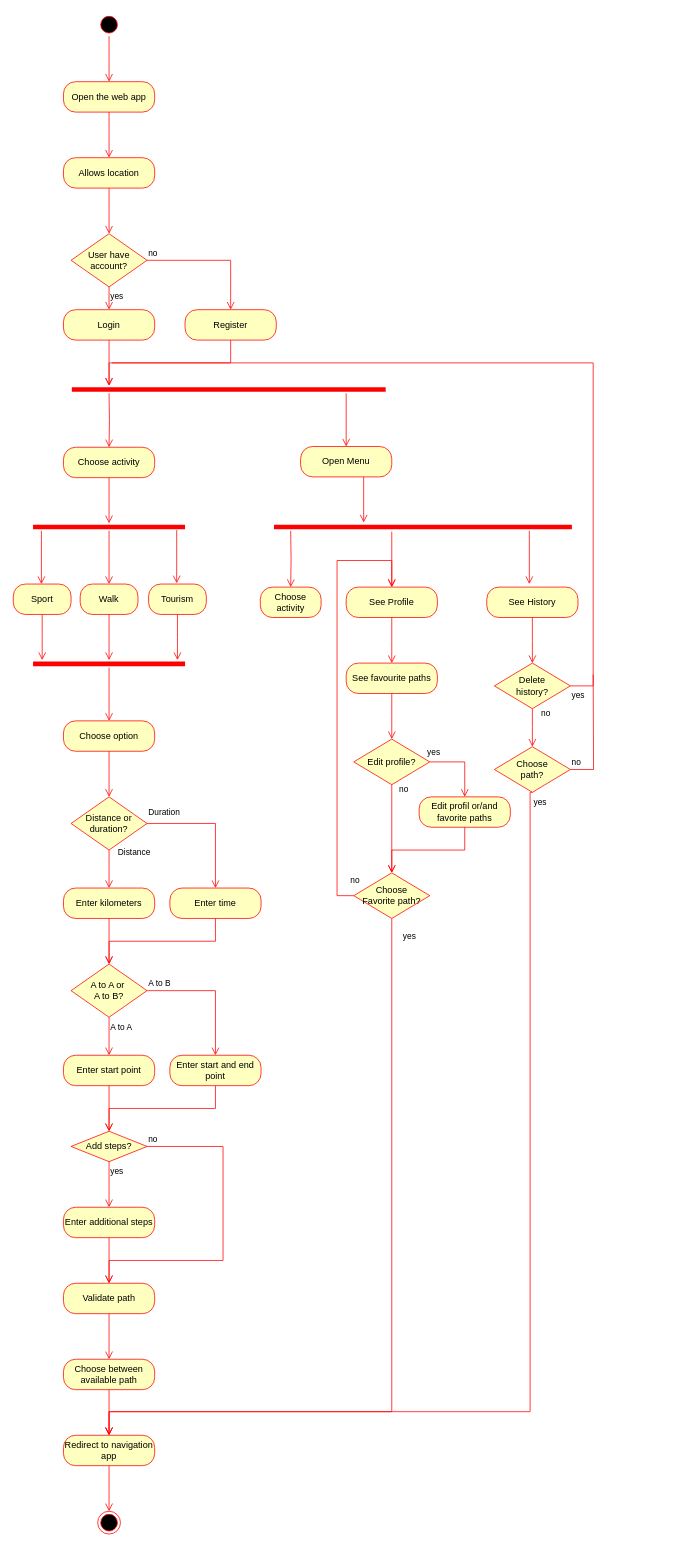
The draw.io diagram UML Assignement 2/Activity UML assignement 2.drawio in Melydgt/Draw-io-UML-England, before the edit. Source tidied: cells renumbered, new cells numbered last; positions are measured from the earlier drawing's top-left corner, leaving out a move shared by most shapes. Both pictures are drawn from the tidied source at 76%, with x=0, y=0 at pixel (13, 13).
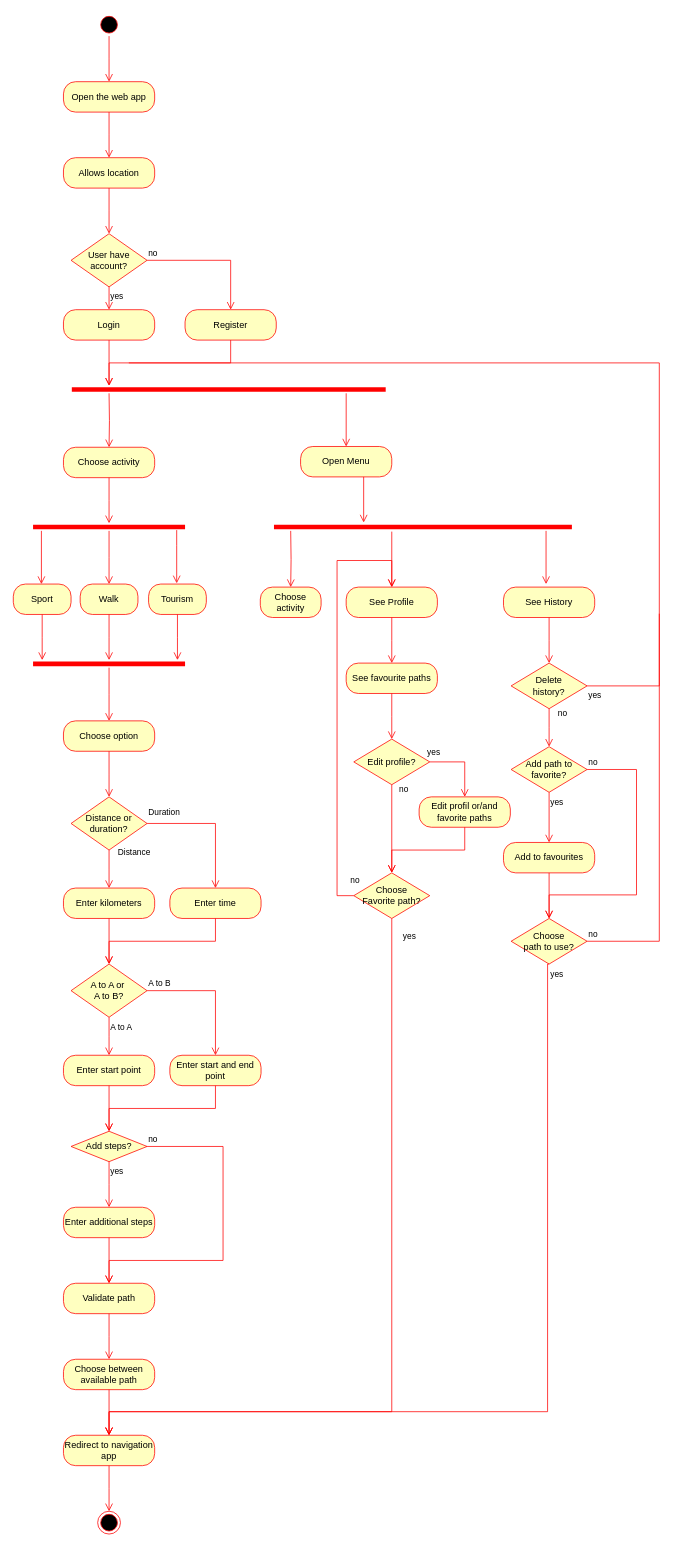
The same diagram, later.

Commit message:
Mettre à jour Activity UML assignement 2.drawio

Unchanged cells that the change refers to:
```xml
<mxCell id="54" value="Redirect to navigation app" style="rounded=1;whiteSpace=wrap;html=1;arcSize=40;fontColor=#000000;fillColor=#ffffc0;strokeColor=#ff0000;" parent="1" vertex="1">
  <mxGeometry x="66" y="1871" width="120" height="40" as="geometry" />
</mxCell>
```

Change to the diagram source:
```diff
@@
     <mxCell id="74" style="edgeStyle=orthogonalEdgeStyle;html=1;verticalAlign=bottom;endArrow=open;endSize=8;strokeColor=#ff0000;rounded=0;elbow=vertical;" parent="1" edge="1">
       <mxGeometry relative="1" as="geometry">
-        <mxPoint x="679" y="681" as="sourcePoint" />
-        <mxPoint x="679" y="751" as="targetPoint" />
+        <mxPoint x="701" y="681" as="sourcePoint" />
+        <mxPoint x="701" y="751" as="targetPoint" />
       </mxGeometry>
     </mxCell>
@@
     <mxCell id="77" value="See History" style="rounded=1;whiteSpace=wrap;html=1;arcSize=40;fontColor=#000000;fillColor=#ffffc0;strokeColor=#ff0000;" parent="1" vertex="1">
-      <mxGeometry x="623" y="755" width="120" height="40" as="geometry" />
+      <mxGeometry x="645" y="755" width="120" height="40" as="geometry" />
     </mxCell>
     <mxCell id="78" style="edgeStyle=orthogonalEdgeStyle;html=1;verticalAlign=bottom;endArrow=open;endSize=8;strokeColor=#ff0000;rounded=0;elbow=vertical;" parent="1" edge="1" source="77">
       <mxGeometry relative="1" as="geometry">
-        <mxPoint x="683" y="855" as="targetPoint" />
+        <mxPoint x="705" y="855" as="targetPoint" />
       </mxGeometry>
     </mxCell>
@@
     <mxCell id="81" value="Delete &lt;br&gt;history?" style="rhombus;whiteSpace=wrap;html=1;fillColor=#ffffc0;strokeColor=#ff0000;" parent="1" vertex="1">
-      <mxGeometry x="633" y="855" width="100" height="60" as="geometry" />
+      <mxGeometry x="655" y="855" width="100" height="60" as="geometry" />
     </mxCell>
-    <mxCell id="82" value="no" style="edgeStyle=orthogonalEdgeStyle;html=1;align=left;verticalAlign=bottom;endArrow=open;endSize=8;strokeColor=#ff0000;rounded=0;elbow=vertical;exitX=0.5;exitY=1;exitDx=0;exitDy=0;entryX=0.5;entryY=0;entryDx=0;entryDy=0;" parent="1" edge="1" source="81" target="84">
+    <mxCell id="82" value="no" style="edgeStyle=orthogonalEdgeStyle;html=1;align=left;verticalAlign=bottom;endArrow=open;endSize=8;strokeColor=#ff0000;rounded=0;elbow=vertical;exitX=0.5;exitY=1;exitDx=0;exitDy=0;entryX=0.5;entryY=0;entryDx=0;entryDy=0;" parent="1" edge="1" source="81">
       <mxGeometry x="-0.4" y="10" relative="1" as="geometry">
+        <mxPoint x="705" y="965" as="targetPoint" />
         <Array as="points">
-          <mxPoint x="683" y="940" />
-          <mxPoint x="683" y="940" />
+          <mxPoint x="705" y="940" />
+          <mxPoint x="705" y="940" />
         </Array>
       </mxGeometry>
     </mxCell>
     <mxCell id="83" value="yes" style="edgeStyle=orthogonalEdgeStyle;html=1;align=left;verticalAlign=top;endArrow=none;endSize=8;strokeColor=#ff0000;rounded=0;elbow=vertical;exitX=1;exitY=0.5;exitDx=0;exitDy=0;endFill=0;" parent="1" edge="1">
       <mxGeometry x="-1" relative="1" as="geometry">
-        <mxPoint x="733" y="885" as="sourcePoint" />
-        <mxPoint x="130" y="460" as="targetPoint" />
+        <mxPoint x="755" y="885" as="sourcePoint" />
+        <mxPoint x="152" y="460" as="targetPoint" />
         <Array as="points">
-          <mxPoint x="763" y="885" />
-          <mxPoint x="763" y="460" />
+          <mxPoint x="850" y="885" />
+          <mxPoint x="850" y="460" />
         </Array>
       </mxGeometry>
     </mxCell>
-    <mxCell id="84" value="Choose &lt;br&gt;path?" style="rhombus;whiteSpace=wrap;html=1;fillColor=#ffffc0;strokeColor=#ff0000;" parent="1" vertex="1">
-      <mxGeometry x="633" y="965" width="100" height="60" as="geometry" />
+    <mxCell id="84" value="Choose &lt;br&gt;path to use?" style="rhombus;whiteSpace=wrap;html=1;fillColor=#ffffc0;strokeColor=#ff0000;" parent="1" vertex="1">
+      <mxGeometry x="655" y="1191" width="100" height="60" as="geometry" />
     </mxCell>
-    <mxCell id="85" value="no" style="edgeStyle=orthogonalEdgeStyle;html=1;align=left;verticalAlign=bottom;endArrow=none;endSize=8;strokeColor=#ff0000;rounded=0;elbow=vertical;endFill=0;" parent="1" edge="1" source="84">
+    <mxCell id="85" value="no" style="edgeStyle=orthogonalEdgeStyle;html=1;align=left;verticalAlign=bottom;endArrow=none;endSize=8;strokeColor=#ff0000;rounded=0;elbow=vertical;endFill=0;exitX=1;exitY=0.5;exitDx=0;exitDy=0;" parent="1" edge="1" source="84">
       <mxGeometry x="-1" relative="1" as="geometry">
-        <mxPoint x="763" y="870" as="targetPoint" />
+        <mxPoint x="850" y="790" as="targetPoint" />
+        <Array as="points">
+          <mxPoint x="850" y="1221" />
+          <mxPoint x="850" y="790" />
+        </Array>
       </mxGeometry>
     </mxCell>
     <mxCell id="86" value="yes" style="edgeStyle=orthogonalEdgeStyle;html=1;align=left;verticalAlign=top;endArrow=open;endSize=8;strokeColor=#ff0000;rounded=0;elbow=vertical;entryX=0.5;entryY=0;entryDx=0;entryDy=0;exitX=0.5;exitY=1;exitDx=0;exitDy=0;" parent="1" edge="1" source="84" target="54">
       <mxGeometry x="-1" relative="1" as="geometry">
         <Array as="points">
-          <mxPoint x="680" y="1025" />
-          <mxPoint x="680" y="1840" />
+          <mxPoint x="703" y="1840" />
           <mxPoint x="126" y="1840" />
         </Array>
       </mxGeometry>
     </mxCell>
+    <mxCell id="87" value="Add path to favorite?" style="rhombus;whiteSpace=wrap;html=1;fillColor=#ffffc0;strokeColor=#ff0000;" parent="1" vertex="1">
+      <mxGeometry x="655" y="965" width="100" height="60" as="geometry" />
+    </mxCell>
+    <mxCell id="88" value="no" style="edgeStyle=orthogonalEdgeStyle;html=1;align=left;verticalAlign=bottom;endArrow=open;endSize=8;strokeColor=#ff0000;rounded=0;elbow=vertical;entryX=0.5;entryY=0;entryDx=0;entryDy=0;" parent="1" edge="1" source="87" target="84">
+      <mxGeometry x="-1" relative="1" as="geometry">
+        <Array as="points">
+          <mxPoint x="820" y="995" />
+          <mxPoint x="820" y="1160" />
+          <mxPoint x="705" y="1160" />
+        </Array>
+      </mxGeometry>
+    </mxCell>
+    <mxCell id="89" value="yes" style="edgeStyle=orthogonalEdgeStyle;html=1;align=left;verticalAlign=top;endArrow=open;endSize=8;strokeColor=#ff0000;rounded=0;elbow=vertical;" parent="1" edge="1" source="87" target="90">
+      <mxGeometry x="-1" relative="1" as="geometry" />
+    </mxCell>
+    <mxCell id="90" value="Add to favourites" style="rounded=1;whiteSpace=wrap;html=1;arcSize=40;fontColor=#000000;fillColor=#ffffc0;strokeColor=#ff0000;" parent="1" vertex="1">
+      <mxGeometry x="645" y="1091" width="120" height="40" as="geometry" />
+    </mxCell>
+    <mxCell id="91" style="edgeStyle=orthogonalEdgeStyle;html=1;verticalAlign=bottom;endArrow=open;endSize=8;strokeColor=#ff0000;rounded=0;elbow=vertical;entryX=0.5;entryY=0;entryDx=0;entryDy=0;" parent="1" edge="1" source="90" target="84">
+      <mxGeometry relative="1" as="geometry" />
+    </mxCell>
```
